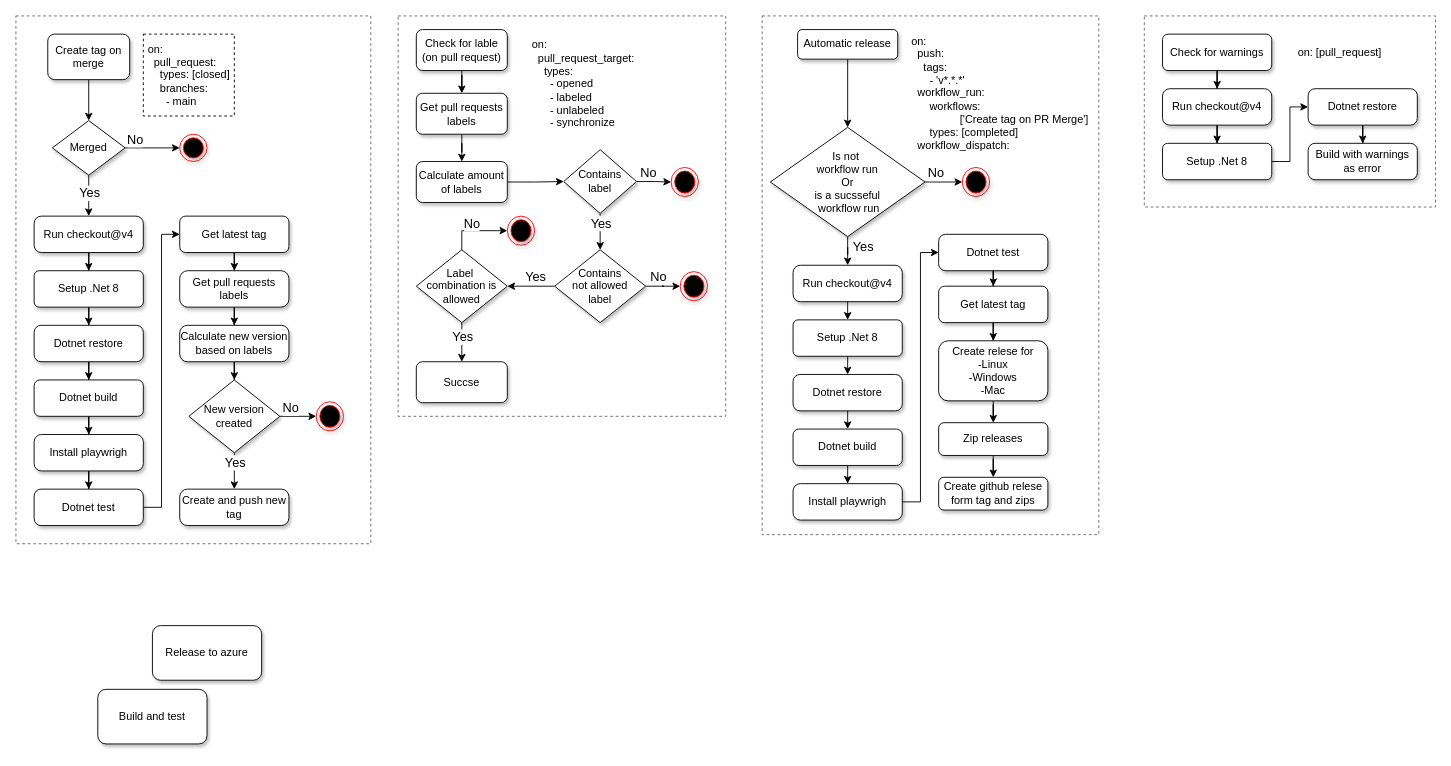
The draw.io diagram docs/models/Github workflows.drawio in ITU-BDSA2024-GROUP10/Chirp, before the edit. Source tidied: cells renumbered, new cells numbered last; positions are measured from the earlier drawing's top-left corner, leaving out a move shared by most shapes. Both pictures are drawn from the tidied source at 91%, with x=0, y=0 at pixel (15, 15).
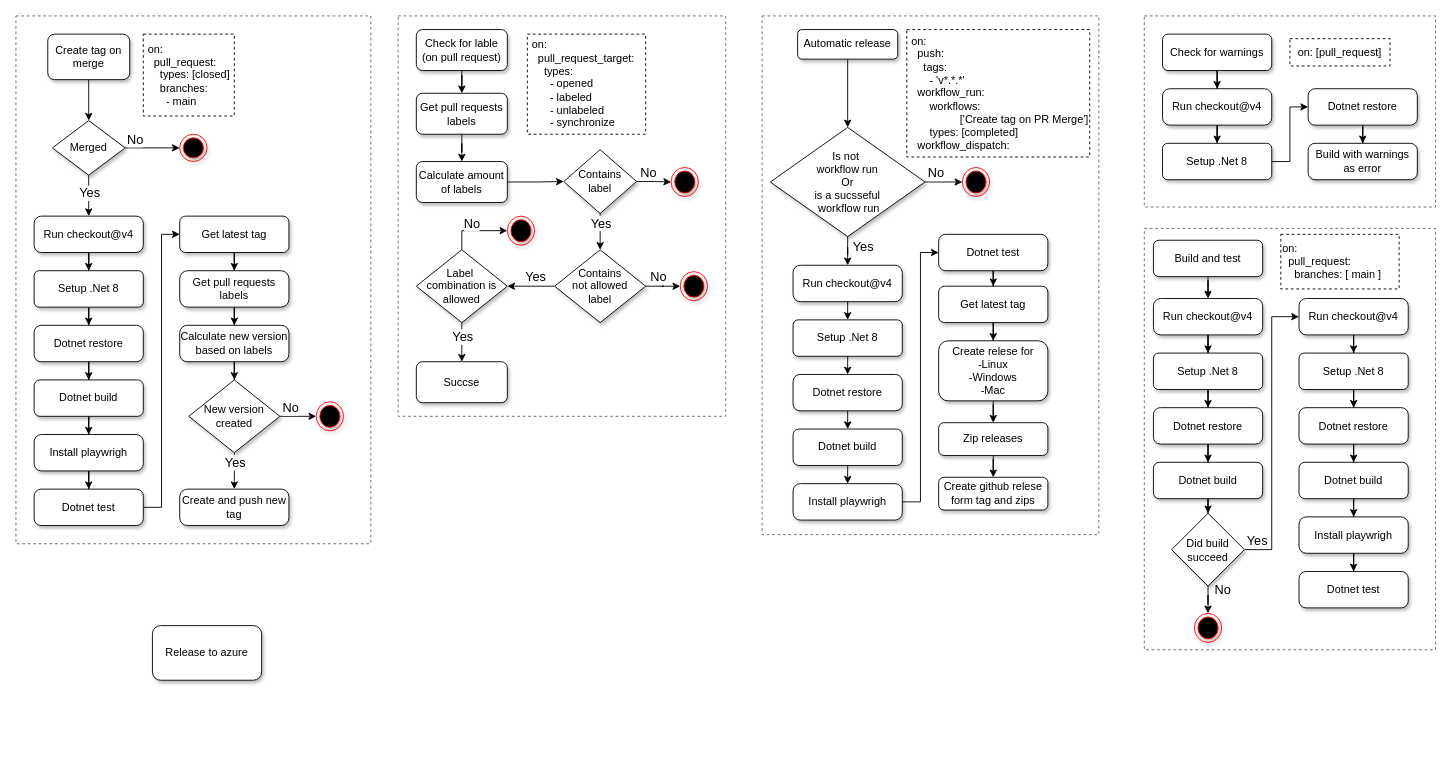
After the change.

Commit message:
Created diagram for "build and test"

The edit, as a diff of the source:
```diff
@@
+    <mxCell id="106" style="rounded=0;whiteSpace=wrap;html=1;fillColor=none;dashed=1;strokeWidth=1;fontColor=#333333;strokeColor=#666666;" parent="1" vertex="1">
+      <mxGeometry x="1240" y="233.5" width="320" height="463" as="geometry" />
+    </mxCell>
@@
+    <mxCell id="107" style="edgeStyle=orthogonalEdgeStyle;rounded=0;jettySize=auto;html=1;entryX=0.5;entryY=0;entryDx=0;entryDy=0;" parent="1" edge="1" source="12" target="109">
+      <mxGeometry relative="1" as="geometry" />
+    </mxCell>
     <mxCell id="12" value="B&lt;span style=&quot;background-color: initial;&quot;&gt;uild and test&lt;/span&gt;" style="rounded=1;whiteSpace=wrap;html=1;shadow=1;" parent="1" vertex="1">
-      <mxGeometry x="90" y="740" width="120" height="60" as="geometry" />
+      <mxGeometry x="1250" y="246.5" width="120" height="40" as="geometry" />
     </mxCell>
@@
-    <mxCell id="47" value="&lt;div&gt;&amp;nbsp;on:&lt;/div&gt;&lt;div&gt;&amp;nbsp; &amp;nbsp;pull_request_target:&lt;/div&gt;&lt;div&gt;&amp;nbsp; &amp;nbsp; &amp;nbsp;types:&lt;/div&gt;&lt;div&gt;&amp;nbsp; &amp;nbsp; &amp;nbsp; &amp;nbsp;- opened&lt;/div&gt;&lt;div&gt;&amp;nbsp; &amp;nbsp; &amp;nbsp; &amp;nbsp;- labeled&lt;/div&gt;&lt;div&gt;&amp;nbsp; &amp;nbsp; &amp;nbsp; &amp;nbsp;- unlabeled&lt;/div&gt;&lt;div&gt;&amp;nbsp; &amp;nbsp; &amp;nbsp; &amp;nbsp;- synchronize&lt;/div&gt;" style="text;html=1;align=left;verticalAlign=middle;whiteSpace=wrap;rounded=0;" parent="1" vertex="1">
+    <mxCell id="47" value="&lt;div&gt;&amp;nbsp;on:&lt;/div&gt;&lt;div&gt;&amp;nbsp; &amp;nbsp;pull_request_target:&lt;/div&gt;&lt;div&gt;&amp;nbsp; &amp;nbsp; &amp;nbsp;types:&lt;/div&gt;&lt;div&gt;&amp;nbsp; &amp;nbsp; &amp;nbsp; &amp;nbsp;- opened&lt;/div&gt;&lt;div&gt;&amp;nbsp; &amp;nbsp; &amp;nbsp; &amp;nbsp;- labeled&lt;/div&gt;&lt;div&gt;&amp;nbsp; &amp;nbsp; &amp;nbsp; &amp;nbsp;- unlabeled&lt;/div&gt;&lt;div&gt;&amp;nbsp; &amp;nbsp; &amp;nbsp; &amp;nbsp;- synchronize&lt;/div&gt;" style="text;html=1;align=left;verticalAlign=middle;whiteSpace=wrap;rounded=0;strokeColor=default;dashed=1;" parent="1" vertex="1">
       <mxGeometry x="562" y="20" width="130" height="110" as="geometry" />
     </mxCell>
@@
-    <mxCell id="72" value="&lt;div&gt;&amp;nbsp;on:&lt;/div&gt;&lt;div&gt;&amp;nbsp; &amp;nbsp;push:&lt;/div&gt;&lt;div&gt;&amp;nbsp; &amp;nbsp; &amp;nbsp;tags:&lt;/div&gt;&lt;div&gt;&amp;nbsp; &amp;nbsp; &amp;nbsp; &amp;nbsp;- 'v*.*.*'&lt;/div&gt;&lt;div&gt;&amp;nbsp; &amp;nbsp;workflow_run:&lt;/div&gt;&lt;div&gt;&amp;nbsp; &amp;nbsp; &amp;nbsp; &amp;nbsp;workflows:&lt;/div&gt;&lt;div&gt;&lt;span style=&quot;white-space: pre;&quot;&gt;&#9;&lt;/span&gt;&lt;span style=&quot;white-space: pre;&quot;&gt;&#9;&lt;/span&gt;&amp;nbsp;['Create tag on PR Merge']&lt;/div&gt;&lt;div&gt;&amp;nbsp; &amp;nbsp; &amp;nbsp; &amp;nbsp;types: [completed]&lt;/div&gt;&lt;div&gt;&amp;nbsp; &amp;nbsp;workflow_dispatch:&lt;/div&gt;" style="text;html=1;align=left;verticalAlign=middle;whiteSpace=wrap;rounded=0;" parent="1" vertex="1">
+    <mxCell id="72" value="&lt;div&gt;&amp;nbsp;on:&lt;/div&gt;&lt;div&gt;&amp;nbsp; &amp;nbsp;push:&lt;/div&gt;&lt;div&gt;&amp;nbsp; &amp;nbsp; &amp;nbsp;tags:&lt;/div&gt;&lt;div&gt;&amp;nbsp; &amp;nbsp; &amp;nbsp; &amp;nbsp;- 'v*.*.*'&lt;/div&gt;&lt;div&gt;&amp;nbsp; &amp;nbsp;workflow_run:&lt;/div&gt;&lt;div&gt;&amp;nbsp; &amp;nbsp; &amp;nbsp; &amp;nbsp;workflows:&lt;/div&gt;&lt;div&gt;&lt;span style=&quot;white-space: pre;&quot;&gt;&#9;&lt;/span&gt;&lt;span style=&quot;white-space: pre;&quot;&gt;&#9;&lt;/span&gt;&amp;nbsp;['Create tag on PR Merge']&lt;/div&gt;&lt;div&gt;&amp;nbsp; &amp;nbsp; &amp;nbsp; &amp;nbsp;types: [completed]&lt;/div&gt;&lt;div&gt;&amp;nbsp; &amp;nbsp;workflow_dispatch:&lt;/div&gt;" style="text;html=1;align=left;verticalAlign=middle;whiteSpace=wrap;rounded=0;strokeColor=default;dashed=1;" parent="1" vertex="1">
       <mxGeometry x="979" y="15" width="201" height="140" as="geometry" />
     </mxCell>
@@
-    <mxCell id="98" value="on: [pull_request]" style="text;html=1;align=center;verticalAlign=middle;whiteSpace=wrap;rounded=0;" parent="1" vertex="1">
+    <mxCell id="98" value="on: [pull_request]" style="text;html=1;align=center;verticalAlign=middle;whiteSpace=wrap;rounded=0;shadow=0;dashed=1;strokeColor=default;" parent="1" vertex="1">
       <mxGeometry x="1400" y="25" width="110" height="30" as="geometry" />
     </mxCell>
@@
+    <mxCell id="108" style="edgeStyle=orthogonalEdgeStyle;rounded=0;jettySize=auto;html=1;" parent="1" edge="1" source="109" target="111">
+      <mxGeometry relative="1" as="geometry" />
+    </mxCell>
+    <mxCell id="109" value="Run checkout@v4" style="rounded=1;whiteSpace=wrap;html=1;arcSize=20;shadow=1;" parent="1" vertex="1">
+      <mxGeometry x="1250" y="310.5" width="120" height="40" as="geometry" />
+    </mxCell>
+    <mxCell id="110" style="edgeStyle=orthogonalEdgeStyle;rounded=0;jettySize=auto;html=1;" parent="1" edge="1" source="111" target="113">
+      <mxGeometry relative="1" as="geometry" />
+    </mxCell>
+    <mxCell id="111" value="Setup .Net 8" style="rounded=1;whiteSpace=wrap;html=1;arcSize=14;shadow=1;" parent="1" vertex="1">
+      <mxGeometry x="1250" y="370.5" width="120" height="40" as="geometry" />
+    </mxCell>
+    <mxCell id="112" style="edgeStyle=orthogonalEdgeStyle;rounded=0;jettySize=auto;html=1;" parent="1" edge="1" source="113" target="116">
+      <mxGeometry relative="1" as="geometry" />
+    </mxCell>
+    <mxCell id="113" value="Dotnet restore" style="rounded=1;whiteSpace=wrap;html=1;arcSize=19;shadow=1;" parent="1" vertex="1">
+      <mxGeometry x="1250" y="430.5" width="120" height="40" as="geometry" />
+    </mxCell>
+    <mxCell id="114" value="&lt;div&gt;on:&lt;/div&gt;&lt;div&gt;&amp;nbsp; pull_request:&lt;/div&gt;&lt;div style=&quot;&quot;&gt;&amp;nbsp; &amp;nbsp; branches: [ main ]&lt;/div&gt;" style="text;html=1;align=left;verticalAlign=middle;strokeColor=default;fillColor=none;dashed=1;" parent="1" vertex="1">
+      <mxGeometry x="1390" y="240" width="130" height="60" as="geometry" />
+    </mxCell>
+    <mxCell id="115" style="edgeStyle=orthogonalEdgeStyle;rounded=0;jettySize=auto;html=1;entryX=0.5;entryY=0;entryDx=0;entryDy=0;" parent="1" edge="1" source="116" target="121">
+      <mxGeometry relative="1" as="geometry" />
+    </mxCell>
+    <mxCell id="116" value="Dotnet build" style="rounded=1;whiteSpace=wrap;html=1;arcSize=16;shadow=1;" parent="1" vertex="1">
+      <mxGeometry x="1250" y="490.5" width="120" height="40" as="geometry" />
+    </mxCell>
+    <mxCell id="117" style="edgeStyle=orthogonalEdgeStyle;rounded=0;jettySize=auto;html=1;entryX=0;entryY=0.5;entryDx=0;entryDy=0;" parent="1" edge="1" source="121" target="124">
+      <mxGeometry relative="1" as="geometry" />
+    </mxCell>
+    <mxCell id="118" value="&lt;font style=&quot;font-size: 14px;&quot;&gt;Yes&lt;/font&gt;" style="edgeLabel;html=1;align=center;verticalAlign=middle;" parent="117" vertex="1">
+      <mxGeometry x="-0.92" relative="1" as="geometry">
+        <mxPoint y="-10" as="offset" />
+      </mxGeometry>
+    </mxCell>
+    <mxCell id="119" style="edgeStyle=orthogonalEdgeStyle;rounded=0;jettySize=auto;html=1;" parent="1" edge="1" source="121" target="122">
+      <mxGeometry relative="1" as="geometry" />
+    </mxCell>
+    <mxCell id="120" value="&lt;font style=&quot;font-size: 14px;&quot;&gt;No&lt;/font&gt;" style="edgeLabel;html=1;align=center;verticalAlign=middle;" parent="119" vertex="1">
+      <mxGeometry x="-0.71" y="1" relative="1" as="geometry">
+        <mxPoint x="14" y="-3" as="offset" />
+      </mxGeometry>
+    </mxCell>
+    <mxCell id="121" value="Did build succeed" style="rhombus;whiteSpace=wrap;html=1;shadow=1;" parent="1" vertex="1">
+      <mxGeometry x="1270" y="546.5" width="80" height="80" as="geometry" />
+    </mxCell>
+    <mxCell id="122" style="ellipse;html=1;shape=endState;fillColor=#000000;strokeColor=#ff0000;shadow=1;" parent="1" vertex="1">
+      <mxGeometry x="1295" y="656.5" width="30" height="32" as="geometry" />
+    </mxCell>
+    <mxCell id="123" style="edgeStyle=orthogonalEdgeStyle;rounded=0;jettySize=auto;html=1;" parent="1" edge="1" source="124" target="126">
+      <mxGeometry relative="1" as="geometry" />
+    </mxCell>
+    <mxCell id="124" value="Run checkout@v4" style="rounded=1;whiteSpace=wrap;html=1;arcSize=20;shadow=1;" parent="1" vertex="1">
+      <mxGeometry x="1410" y="310.5" width="120" height="40" as="geometry" />
+    </mxCell>
+    <mxCell id="125" style="edgeStyle=orthogonalEdgeStyle;rounded=0;jettySize=auto;html=1;" parent="1" edge="1" source="126" target="128">
+      <mxGeometry relative="1" as="geometry" />
+    </mxCell>
+    <mxCell id="126" value="Setup .Net 8" style="rounded=1;whiteSpace=wrap;html=1;arcSize=14;shadow=1;" parent="1" vertex="1">
+      <mxGeometry x="1410" y="370.5" width="120" height="40" as="geometry" />
+    </mxCell>
+    <mxCell id="127" style="edgeStyle=orthogonalEdgeStyle;rounded=0;jettySize=auto;html=1;" parent="1" edge="1" source="128" target="130">
+      <mxGeometry relative="1" as="geometry" />
+    </mxCell>
+    <mxCell id="128" value="Dotnet restore" style="rounded=1;whiteSpace=wrap;html=1;arcSize=19;shadow=1;" parent="1" vertex="1">
+      <mxGeometry x="1410" y="430.5" width="120" height="40" as="geometry" />
+    </mxCell>
+    <mxCell id="129" style="edgeStyle=orthogonalEdgeStyle;rounded=0;jettySize=auto;html=1;" parent="1" edge="1" source="130" target="132">
+      <mxGeometry relative="1" as="geometry" />
+    </mxCell>
+    <mxCell id="130" value="Dotnet build" style="rounded=1;whiteSpace=wrap;html=1;arcSize=16;shadow=1;" parent="1" vertex="1">
+      <mxGeometry x="1410" y="490.5" width="120" height="40" as="geometry" />
+    </mxCell>
+    <mxCell id="131" style="edgeStyle=orthogonalEdgeStyle;rounded=0;jettySize=auto;html=1;" parent="1" edge="1" source="132" target="133">
+      <mxGeometry relative="1" as="geometry" />
+    </mxCell>
+    <mxCell id="132" value="Install playwrigh" style="rounded=1;whiteSpace=wrap;html=1;arcSize=20;shadow=1;" parent="1" vertex="1">
+      <mxGeometry x="1410" y="550.5" width="120" height="40" as="geometry" />
+    </mxCell>
+    <mxCell id="133" value="Dotnet test" style="rounded=1;whiteSpace=wrap;html=1;arcSize=19;shadow=1;" parent="1" vertex="1">
+      <mxGeometry x="1410" y="610.5" width="120" height="40" as="geometry" />
+    </mxCell>
```
